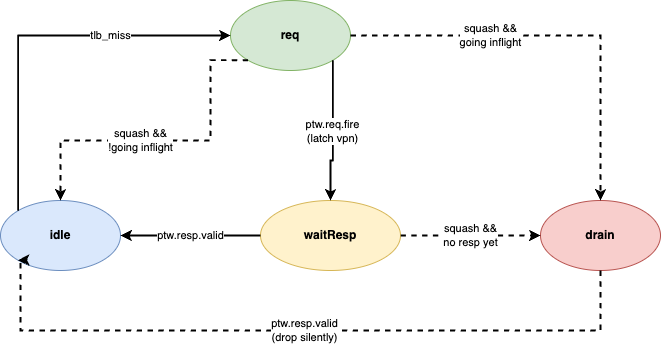
KINGFIOX/hitsz-bachelor-typst keeps this draw.io diagram as main/images/ifu-ptw-fsm.png. Above is the earlier version. Source tidied: cells renumbered, new cells last; positions are measured from the earlier drawing's top-left corner, leaving out a move shared by most shapes. Its diagram source:
```xml
<mxGraphModel>
  <root>
    <mxCell id="0" />
    <mxCell id="1" parent="0" />
    <mxCell id="2" value="idle" style="ellipse;whiteSpace=wrap;html=1;fillColor=#dae8fc;strokeColor=#6c8ebf;fontStyle=1;" parent="1" vertex="1">
      <mxGeometry y="200" width="120" height="70" as="geometry" />
    </mxCell>
    <mxCell id="3" value="req" style="ellipse;whiteSpace=wrap;html=1;fillColor=#d5e8d4;strokeColor=#82b366;fontStyle=1;" parent="1" vertex="1">
      <mxGeometry x="230" width="120" height="70" as="geometry" />
    </mxCell>
    <mxCell id="4" value="waitResp" style="ellipse;whiteSpace=wrap;html=1;fillColor=#fff2cc;strokeColor=#d6b656;fontStyle=1;" parent="1" vertex="1">
      <mxGeometry x="260" y="200" width="140" height="70" as="geometry" />
    </mxCell>
    <mxCell id="5" value="drain" style="ellipse;whiteSpace=wrap;html=1;fillColor=#f8cecc;strokeColor=#b85450;fontStyle=1;" parent="1" vertex="1">
      <mxGeometry x="540" y="200" width="120" height="70" as="geometry" />
    </mxCell>
    <mxCell id="6" value="tlb_miss" style=" endArrow=classic;edgeStyle=orthogonalEdgeStyle;rounded=0;html=1;strokeWidth=1.8;exitX=0;exitY=0;exitDx=0;exitDy=0;" parent="1" edge="1" source="2" target="3">
      <mxGeometry x="0.38" relative="1" as="geometry">
        <Array as="points">
          <mxPoint x="18" y="35" />
        </Array>
      </mxGeometry>
    </mxCell>
    <mxCell id="7" value="ptw.req.fire&#10;(latch vpn)" style=" endArrow=classic;edgeStyle=orthogonalEdgeStyle;rounded=0;html=1;strokeWidth=1.8;exitX=1;exitY=1;exitDx=0;exitDy=0;entryX=0.5;entryY=0;entryDx=0;entryDy=0;" parent="1" edge="1" source="3" target="4">
      <mxGeometry relative="1" as="geometry">
        <Array as="points">
          <mxPoint x="332" y="160" />
          <mxPoint x="330" y="160" />
        </Array>
      </mxGeometry>
    </mxCell>
    <mxCell id="8" value="ptw.resp.valid" style=" endArrow=classic;edgeStyle=orthogonalEdgeStyle;rounded=0;html=1;strokeWidth=1.8;" parent="1" edge="1" source="4" target="2">
      <mxGeometry relative="1" as="geometry">
        <Array as="points">
          <mxPoint x="200" y="235" />
          <mxPoint x="200" y="235" />
        </Array>
      </mxGeometry>
    </mxCell>
    <mxCell id="9" value="squash &amp;&amp;&#10;going inflight" style=" endArrow=classic;edgeStyle=orthogonalEdgeStyle;rounded=0;html=1;strokeWidth=1.8;dashed=1;exitX=1;exitY=0.5;exitDx=0;exitDy=0;" parent="1" edge="1" source="3" target="5">
      <mxGeometry x="-0.33" relative="1" as="geometry">
        <Array as="points">
          <mxPoint x="600" y="35" />
        </Array>
      </mxGeometry>
    </mxCell>
    <mxCell id="10" value="squash &amp;&amp;&#10;no resp yet" style=" endArrow=classic;edgeStyle=orthogonalEdgeStyle;rounded=0;html=1;strokeWidth=1.8;dashed=1;" parent="1" edge="1" source="4" target="5">
      <mxGeometry relative="1" as="geometry" />
    </mxCell>
    <mxCell id="11" value="ptw.resp.valid&#10;(drop silently)" style=" endArrow=classic;edgeStyle=orthogonalEdgeStyle;rounded=0;html=1;strokeWidth=1.8;dashed=1;entryX=0;entryY=1;entryDx=0;entryDy=0;" parent="1" edge="1" source="5" target="2">
      <mxGeometry relative="1" as="geometry">
        <Array as="points">
          <mxPoint x="600" y="330" />
          <mxPoint x="20" y="330" />
          <mxPoint x="20" y="260" />
        </Array>
      </mxGeometry>
    </mxCell>
    <mxCell id="12" value="squash &amp;&amp;&#10;!going inflight" style=" endArrow=classic;edgeStyle=orthogonalEdgeStyle;rounded=0;html=1;strokeWidth=1.8;dashed=1;exitY=1;entryY=0;entryX=0.5;entryDx=0;entryDy=0;exitX=0;exitDx=0;exitDy=0;" parent="1" edge="1" source="3" target="2">
      <mxGeometry x="0.15" relative="1" as="geometry">
        <Array as="points">
          <mxPoint x="210" y="60" />
          <mxPoint x="210" y="140" />
          <mxPoint x="60" y="140" />
        </Array>
      </mxGeometry>
    </mxCell>
  </root>
</mxGraphModel>
```
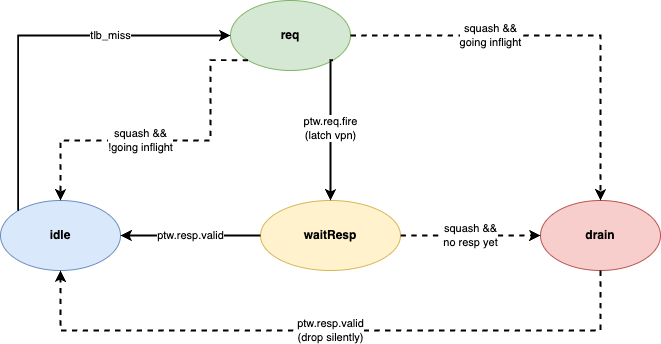
Later version of the same file.

Diff of the diagram source:
```diff
@@ -24,8 +24,7 @@
     <mxCell id="7" value="ptw.req.fire&#10;(latch vpn)" style=" endArrow=classic;edgeStyle=orthogonalEdgeStyle;rounded=0;html=1;strokeWidth=1.8;exitX=1;exitY=1;exitDx=0;exitDy=0;entryX=0.5;entryY=0;entryDx=0;entryDy=0;" parent="1" edge="1" source="3" target="4">
       <mxGeometry relative="1" as="geometry">
         <Array as="points">
-          <mxPoint x="332" y="160" />
-          <mxPoint x="330" y="160" />
+          <mxPoint x="330" y="60" />
         </Array>
       </mxGeometry>
     </mxCell>
@@ -47,12 +46,12 @@
     <mxCell id="10" value="squash &amp;&amp;&#10;no resp yet" style=" endArrow=classic;edgeStyle=orthogonalEdgeStyle;rounded=0;html=1;strokeWidth=1.8;dashed=1;" parent="1" edge="1" source="4" target="5">
       <mxGeometry relative="1" as="geometry" />
     </mxCell>
-    <mxCell id="11" value="ptw.resp.valid&#10;(drop silently)" style=" endArrow=classic;edgeStyle=orthogonalEdgeStyle;rounded=0;html=1;strokeWidth=1.8;dashed=1;entryX=0;entryY=1;entryDx=0;entryDy=0;" parent="1" edge="1" source="5" target="2">
+    <mxCell id="11" value="ptw.resp.valid&#10;(drop silently)" style=" endArrow=classic;edgeStyle=orthogonalEdgeStyle;rounded=0;html=1;strokeWidth=1.8;dashed=1;" parent="1" edge="1" source="5">
       <mxGeometry relative="1" as="geometry">
+        <mxPoint x="60" y="270" as="targetPoint" />
         <Array as="points">
           <mxPoint x="600" y="330" />
-          <mxPoint x="20" y="330" />
-          <mxPoint x="20" y="260" />
+          <mxPoint x="60" y="330" />
         </Array>
       </mxGeometry>
     </mxCell>
```
